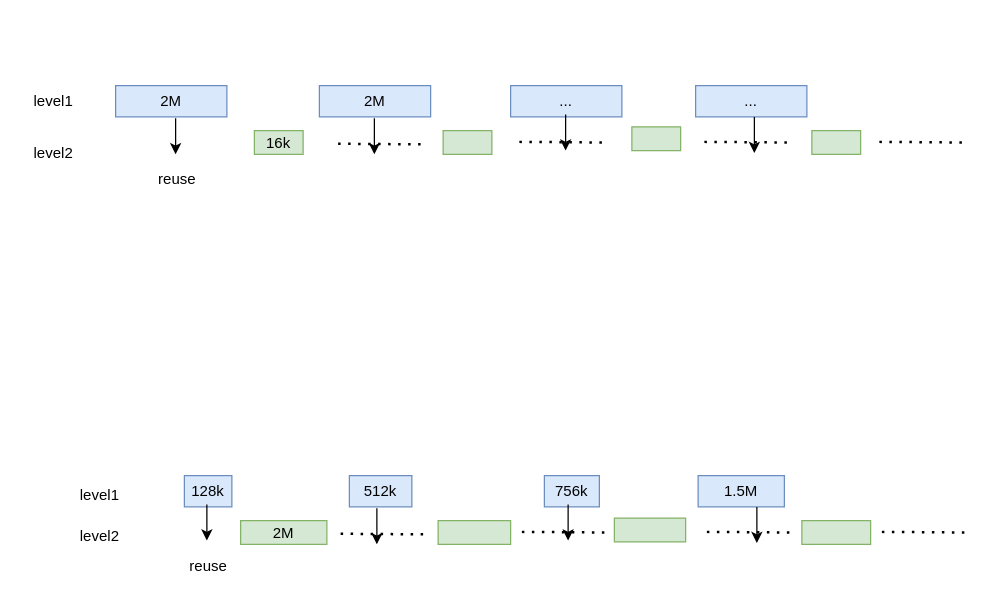
Before: reuse.drawio in shangyu11/shang, a draw.io diagram. Source tidied: cells renumbered, new cells numbered last; positions are measured from the earlier drawing's top-left corner, leaving out a move shared by most shapes. Both pictures are drawn from the tidied source at 125%, with x=0, y=0 at pixel (21, 85).
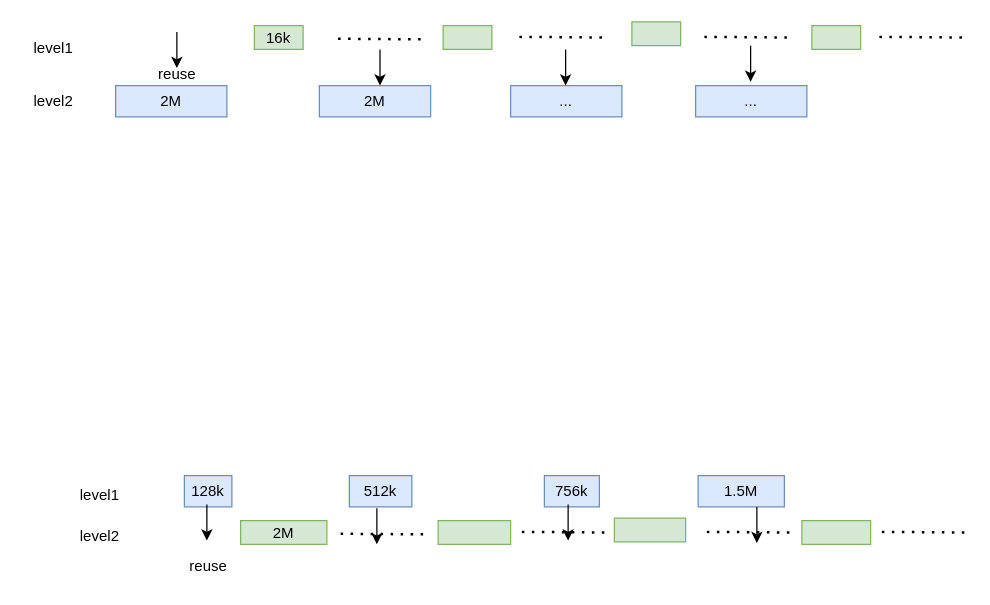
The same diagram, later.

The edit, as a diff of the source:
```diff
@@
     <mxCell id="2" value="16k" style="rounded=0;whiteSpace=wrap;html=1;fillColor=#d5e8d4;strokeColor=#82b366;" parent="1" vertex="1">
-      <mxGeometry x="186" y="36" width="39" height="19" as="geometry" />
+      <mxGeometry x="186" y="-48" width="39" height="19" as="geometry" />
     </mxCell>
     <mxCell id="3" style="rounded=0;whiteSpace=wrap;html=1;fillColor=#d5e8d4;strokeColor=#82b366;" parent="1" vertex="1">
-      <mxGeometry x="337" y="36" width="39" height="19" as="geometry" />
+      <mxGeometry x="337" y="-48" width="39" height="19" as="geometry" />
     </mxCell>
     <mxCell id="4" style="rounded=0;whiteSpace=wrap;html=1;fillColor=#d5e8d4;strokeColor=#82b366;" parent="1" vertex="1">
-      <mxGeometry x="488" y="33" width="39" height="19" as="geometry" />
+      <mxGeometry x="488" y="-51" width="39" height="19" as="geometry" />
     </mxCell>
@@
     <mxCell id="8" style="rounded=0;whiteSpace=wrap;html=1;fillColor=#d5e8d4;strokeColor=#82b366;" parent="1" vertex="1">
-      <mxGeometry x="632" y="36" width="39" height="19" as="geometry" />
+      <mxGeometry x="632" y="-48" width="39" height="19" as="geometry" />
     </mxCell>
@@
     <mxCell id="10" style="endArrow=none;dashed=1;html=1;dashPattern=1 3;strokeWidth=2;rounded=0;" parent="1" edge="1">
       <mxGeometry relative="1" as="geometry">
-        <mxPoint x="253" y="46.5" as="sourcePoint" />
-        <mxPoint x="321" y="47" as="targetPoint" />
+        <mxPoint x="253" y="-37.5" as="sourcePoint" />
+        <mxPoint x="321" y="-37" as="targetPoint" />
       </mxGeometry>
     </mxCell>
     <mxCell id="11" style="endArrow=none;dashed=1;html=1;dashPattern=1 3;strokeWidth=2;rounded=0;" parent="1" edge="1">
       <mxGeometry relative="1" as="geometry">
-        <mxPoint x="398" y="45" as="sourcePoint" />
-        <mxPoint x="466" y="45.5" as="targetPoint" />
+        <mxPoint x="398" y="-39" as="sourcePoint" />
+        <mxPoint x="466" y="-38.5" as="targetPoint" />
       </mxGeometry>
     </mxCell>
     <mxCell id="12" style="endArrow=none;dashed=1;html=1;dashPattern=1 3;strokeWidth=2;rounded=0;" parent="1" edge="1">
       <mxGeometry relative="1" as="geometry">
-        <mxPoint x="546" y="45" as="sourcePoint" />
-        <mxPoint x="614" y="45.5" as="targetPoint" />
+        <mxPoint x="546" y="-39" as="sourcePoint" />
+        <mxPoint x="614" y="-38.5" as="targetPoint" />
       </mxGeometry>
     </mxCell>
     <mxCell id="13" style="endArrow=none;dashed=1;html=1;dashPattern=1 3;strokeWidth=2;rounded=0;" parent="1" edge="1">
       <mxGeometry relative="1" as="geometry">
-        <mxPoint x="686" y="45" as="sourcePoint" />
-        <mxPoint x="754" y="45.5" as="targetPoint" />
+        <mxPoint x="686" y="-39" as="sourcePoint" />
+        <mxPoint x="754" y="-38.5" as="targetPoint" />
       </mxGeometry>
     </mxCell>
-    <mxCell id="14" value="level1" style="text;html=1;align=center;verticalAlign=middle;strokeColor=none;fillColor=none;" parent="1" vertex="1">
+    <mxCell id="14" value="level2" style="text;html=1;align=center;verticalAlign=middle;strokeColor=none;fillColor=none;" parent="1" vertex="1">
       <mxGeometry width="49" height="26" as="geometry" />
     </mxCell>
-    <mxCell id="15" value="level2" style="text;html=1;align=center;verticalAlign=middle;strokeColor=none;fillColor=none;" parent="1" vertex="1">
-      <mxGeometry y="41" width="49" height="26" as="geometry" />
+    <mxCell id="15" value="level1" style="text;html=1;align=center;verticalAlign=middle;strokeColor=none;fillColor=none;" parent="1" vertex="1">
+      <mxGeometry y="-43" width="49" height="26" as="geometry" />
     </mxCell>
     <mxCell id="16" style="endArrow=classic;html=1;rounded=0;" parent="1" edge="1">
       <mxGeometry relative="1" as="geometry">
-        <mxPoint x="123" y="26" as="sourcePoint" />
-        <mxPoint x="123" y="55" as="targetPoint" />
+        <mxPoint x="124" y="-43" as="sourcePoint" />
+        <mxPoint x="124" y="-14" as="targetPoint" />
       </mxGeometry>
     </mxCell>
     <mxCell id="17" style="endArrow=classic;html=1;rounded=0;" parent="1" edge="1">
       <mxGeometry relative="1" as="geometry">
-        <mxPoint x="282" y="26" as="sourcePoint" />
-        <mxPoint x="282" y="55" as="targetPoint" />
+        <mxPoint x="286.5" y="-29" as="sourcePoint" />
+        <mxPoint x="286.5" as="targetPoint" />
       </mxGeometry>
     </mxCell>
     <mxCell id="18" style="endArrow=classic;html=1;rounded=0;" parent="1" edge="1">
       <mxGeometry relative="1" as="geometry">
-        <mxPoint x="435" y="23" as="sourcePoint" />
-        <mxPoint x="435" y="52" as="targetPoint" />
+        <mxPoint x="435" y="-29" as="sourcePoint" />
+        <mxPoint x="435" as="targetPoint" />
       </mxGeometry>
     </mxCell>
     <mxCell id="19" style="endArrow=classic;html=1;rounded=0;" parent="1" edge="1">
       <mxGeometry relative="1" as="geometry">
-        <mxPoint x="586" y="25" as="sourcePoint" />
-        <mxPoint x="586" y="54" as="targetPoint" />
+        <mxPoint x="583" y="-32" as="sourcePoint" />
+        <mxPoint x="583" y="-3" as="targetPoint" />
       </mxGeometry>
     </mxCell>
     <mxCell id="20" value="reuse" style="text;html=1;align=center;verticalAlign=middle;strokeColor=none;fillColor=none;" parent="1" vertex="1">
-      <mxGeometry x="100" y="62" width="48" height="26" as="geometry" />
+      <mxGeometry x="100" y="-22" width="48" height="26" as="geometry" />
     </mxCell>
```
